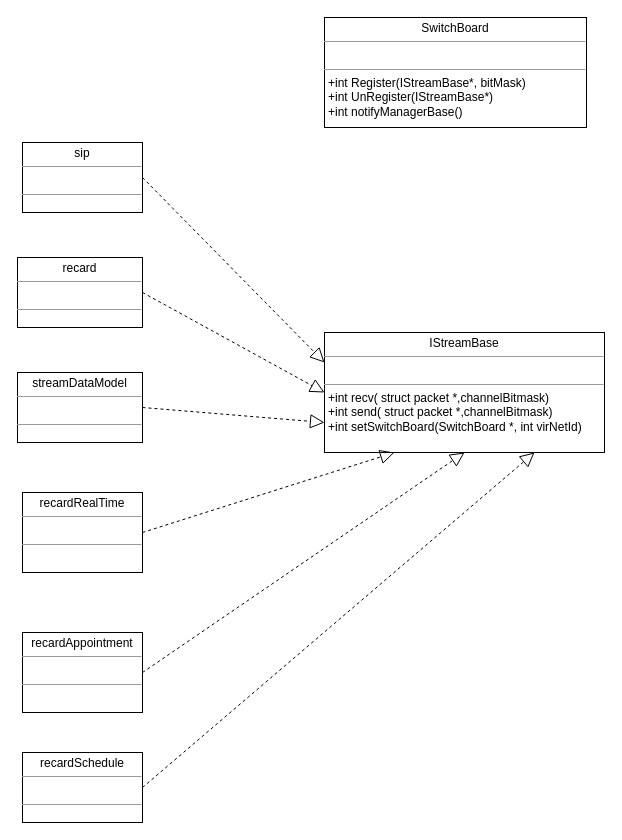
huangPeiLc/drawio keeps this draw.io diagram as 录播get.drawio. Above is the earlier version. Source tidied: cells renumbered, new cells numbered last; positions are measured from the earlier drawing's top-left corner, leaving out a move shared by most shapes. Both pictures are drawn from the tidied source at 100%, with x=0, y=0 at pixel (17, 17).
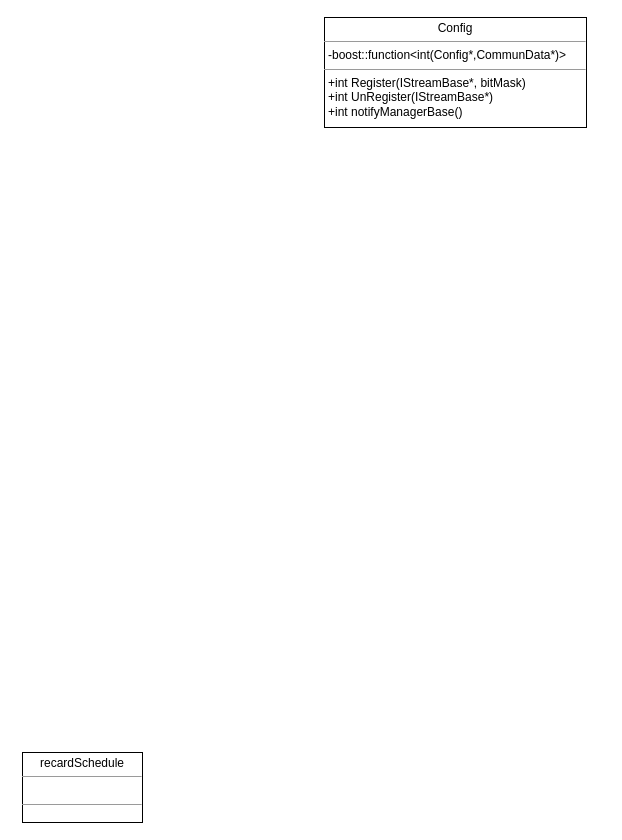
After the change.

The edit, as a diff of the source:
```diff
@@
 <mxGraphModel background="#ffffff">
   <root>
     <mxCell id="0" />
     <mxCell id="1" parent="0" />
-    <mxCell id="2" value="&lt;p style=&quot;margin: 0px ; margin-top: 4px ; text-align: center&quot;&gt;&lt;span style=&quot;text-align: left&quot;&gt;recard&lt;/span&gt;&lt;br&gt;&lt;/p&gt;&lt;hr size=&quot;1&quot;&gt;&lt;p style=&quot;margin: 0px ; margin-left: 4px&quot;&gt;&lt;br&gt;&lt;/p&gt;&lt;hr size=&quot;1&quot;&gt;&lt;p style=&quot;margin: 0px ; margin-left: 4px&quot;&gt;&lt;br&gt;&lt;/p&gt;&lt;p style=&quot;margin: 0px 0px 0px 4px&quot;&gt;&lt;br&gt;&lt;/p&gt;" style="verticalAlign=top;align=left;overflow=fill;fontSize=12;fontFamily=Helvetica;html=1;rounded=0;shadow=0;comic=0;labelBackgroundColor=none;strokeColor=#000000;strokeWidth=1;fillColor=#ffffff;" parent="1" vertex="1">
-      <mxGeometry y="240" width="125" height="70" as="geometry" />
-    </mxCell>
-    <mxCell id="3" value="&lt;p style=&quot;margin: 0px ; margin-top: 4px ; text-align: center&quot;&gt;&lt;span style=&quot;text-align: left&quot;&gt;sip&lt;/span&gt;&lt;br&gt;&lt;/p&gt;&lt;hr size=&quot;1&quot;&gt;&lt;p style=&quot;margin: 0px 0px 0px 4px&quot;&gt;&lt;br&gt;&lt;/p&gt;&lt;hr size=&quot;1&quot;&gt;&lt;p style=&quot;margin: 0px 0px 0px 4px&quot;&gt;&lt;br&gt;&lt;/p&gt;&lt;p style=&quot;margin: 0px ; margin-left: 4px&quot;&gt;&lt;br&gt;&lt;/p&gt;" style="verticalAlign=top;align=left;overflow=fill;fontSize=12;fontFamily=Helvetica;html=1;rounded=0;shadow=0;comic=0;labelBackgroundColor=none;strokeColor=#000000;strokeWidth=1;fillColor=#ffffff;" parent="1" vertex="1">
-      <mxGeometry x="5" y="125" width="120" height="70" as="geometry" />
-    </mxCell>
-    <mxCell id="4" value="&lt;p style=&quot;margin: 4px 0px 0px ; text-align: center&quot;&gt;&lt;span style=&quot;text-align: left&quot;&gt;SwitchBoard&lt;/span&gt;&lt;br&gt;&lt;/p&gt;&lt;hr size=&quot;1&quot;&gt;&lt;p style=&quot;margin: 0px ; margin-left: 4px&quot;&gt;&lt;br&gt;&lt;/p&gt;&lt;hr size=&quot;1&quot;&gt;&lt;p style=&quot;margin: 0px ; margin-left: 4px&quot;&gt;+&lt;span&gt;int Register(I&lt;/span&gt;StreamBase&lt;span&gt;*, bitMask)&lt;/span&gt;&lt;/p&gt;&lt;p style=&quot;margin: 0px 0px 0px 4px&quot;&gt;+int UnRegister(IStreamBase*)&lt;/p&gt;&lt;p style=&quot;margin: 0px 0px 0px 4px&quot;&gt;+int notifyManagerBase()&lt;/p&gt;&lt;p style=&quot;margin: 0px ; margin-left: 4px&quot;&gt;&lt;br&gt;&lt;/p&gt;" style="verticalAlign=top;align=left;overflow=fill;fontSize=12;fontFamily=Helvetica;html=1;rounded=0;shadow=0;comic=0;labelBackgroundColor=none;strokeColor=#000000;strokeWidth=1;fillColor=#ffffff;" parent="1" vertex="1">
+    <mxCell id="4" value="&lt;p style=&quot;margin: 4px 0px 0px ; text-align: center&quot;&gt;&lt;span style=&quot;text-align: left&quot;&gt;Config&lt;/span&gt;&lt;br&gt;&lt;/p&gt;&lt;hr size=&quot;1&quot;&gt;&lt;p style=&quot;margin: 0px ; margin-left: 4px&quot;&gt;-boost::function&amp;lt;int(Config*,CommunData*)&amp;gt;&lt;/p&gt;&lt;hr size=&quot;1&quot;&gt;&lt;p style=&quot;margin: 0px ; margin-left: 4px&quot;&gt;+&lt;span&gt;int Register(I&lt;/span&gt;StreamBase&lt;span&gt;*, bitMask)&lt;/span&gt;&lt;/p&gt;&lt;p style=&quot;margin: 0px 0px 0px 4px&quot;&gt;+int UnRegister(IStreamBase*)&lt;/p&gt;&lt;p style=&quot;margin: 0px 0px 0px 4px&quot;&gt;+int notifyManagerBase()&lt;/p&gt;&lt;p style=&quot;margin: 0px ; margin-left: 4px&quot;&gt;&lt;br&gt;&lt;/p&gt;" style="verticalAlign=top;align=left;overflow=fill;fontSize=12;fontFamily=Helvetica;html=1;rounded=0;shadow=0;comic=0;labelBackgroundColor=none;strokeColor=#000000;strokeWidth=1;fillColor=#ffffff;" parent="1" vertex="1">
       <mxGeometry x="307" width="262" height="110" as="geometry" />
     </mxCell>
-    <mxCell id="5" value="&lt;p style=&quot;margin: 0px ; margin-top: 4px ; text-align: center&quot;&gt;&lt;span style=&quot;text-align: left&quot;&gt;recardRealTime&lt;/span&gt;&lt;br&gt;&lt;/p&gt;&lt;hr size=&quot;1&quot;&gt;&lt;p style=&quot;margin: 0px ; margin-left: 4px&quot;&gt;&lt;br&gt;&lt;/p&gt;&lt;hr size=&quot;1&quot;&gt;&lt;p style=&quot;margin: 0px ; margin-left: 4px&quot;&gt;&lt;br&gt;&lt;/p&gt;&lt;p style=&quot;margin: 0px 0px 0px 4px&quot;&gt;&lt;br&gt;&lt;/p&gt;" style="verticalAlign=top;align=left;overflow=fill;fontSize=12;fontFamily=Helvetica;html=1;rounded=0;shadow=0;comic=0;labelBackgroundColor=none;strokeColor=#000000;strokeWidth=1;fillColor=#ffffff;" parent="1" vertex="1">
-      <mxGeometry x="5" y="475" width="120" height="80" as="geometry" />
-    </mxCell>
-    <mxCell id="6" value="&lt;p style=&quot;margin: 0px ; margin-top: 4px ; text-align: center&quot;&gt;&lt;span style=&quot;text-align: left&quot;&gt;recardAppointment&lt;/span&gt;&lt;br&gt;&lt;/p&gt;&lt;hr size=&quot;1&quot;&gt;&lt;p style=&quot;margin: 0px ; margin-left: 4px&quot;&gt;&lt;br&gt;&lt;/p&gt;&lt;hr size=&quot;1&quot;&gt;&lt;p style=&quot;margin: 0px ; margin-left: 4px&quot;&gt;&lt;br&gt;&lt;/p&gt;&lt;p style=&quot;margin: 0px 0px 0px 4px&quot;&gt;&lt;br&gt;&lt;/p&gt;" style="verticalAlign=top;align=left;overflow=fill;fontSize=12;fontFamily=Helvetica;html=1;rounded=0;shadow=0;comic=0;labelBackgroundColor=none;strokeColor=#000000;strokeWidth=1;fillColor=#ffffff;" parent="1" vertex="1">
-      <mxGeometry x="5" y="615" width="120" height="80" as="geometry" />
-    </mxCell>
     <mxCell id="7" value="&lt;p style=&quot;margin: 0px ; margin-top: 4px ; text-align: center&quot;&gt;&lt;span style=&quot;text-align: left&quot;&gt;recardSchedule&lt;/span&gt;&lt;br&gt;&lt;/p&gt;&lt;hr size=&quot;1&quot;&gt;&lt;p style=&quot;margin: 0px ; margin-left: 4px&quot;&gt;&lt;br&gt;&lt;/p&gt;&lt;hr size=&quot;1&quot;&gt;&lt;p style=&quot;margin: 0px ; margin-left: 4px&quot;&gt;&lt;br&gt;&lt;/p&gt;&lt;p style=&quot;margin: 0px 0px 0px 4px&quot;&gt;&lt;br&gt;&lt;/p&gt;" style="verticalAlign=top;align=left;overflow=fill;fontSize=12;fontFamily=Helvetica;html=1;rounded=0;shadow=0;comic=0;labelBackgroundColor=none;strokeColor=#000000;strokeWidth=1;fillColor=#ffffff;" parent="1" vertex="1">
       <mxGeometry x="5" y="735" width="120" height="70" as="geometry" />
     </mxCell>
-    <mxCell id="8" value="&lt;p style=&quot;margin: 0px ; margin-top: 4px ; text-align: center&quot;&gt;&lt;span style=&quot;text-align: left&quot;&gt;IStreamBase&lt;/span&gt;&lt;br&gt;&lt;/p&gt;&lt;hr size=&quot;1&quot;&gt;&lt;p style=&quot;margin: 0px ; margin-left: 4px&quot;&gt;&lt;br&gt;&lt;/p&gt;&lt;hr size=&quot;1&quot;&gt;&lt;p style=&quot;margin: 0px ; margin-left: 4px&quot;&gt;+&lt;span&gt;int recv( struct packet *,channelBitmask)&lt;/span&gt;&lt;/p&gt;&lt;p style=&quot;margin: 0px ; margin-left: 4px&quot;&gt;+int send( struct packet *,channelBitmask)&lt;br&gt;&lt;/p&gt;&lt;p style=&quot;margin: 0px ; margin-left: 4px&quot;&gt;+int setSwitchBoard(SwitchBoard&amp;nbsp;*, int virNetId)&lt;br&gt;&lt;/p&gt;" style="verticalAlign=top;align=left;overflow=fill;fontSize=12;fontFamily=Helvetica;html=1;rounded=0;shadow=0;comic=0;labelBackgroundColor=none;strokeColor=#000000;strokeWidth=1;fillColor=#ffffff;" parent="1" vertex="1">
-      <mxGeometry x="307" y="315" width="280" height="120" as="geometry" />
-    </mxCell>
-    <mxCell id="9" style="endArrow=block;dashed=1;endFill=0;endSize=12;html=1;exitX=1;exitY=0.5;exitDx=0;exitDy=0;entryX=0;entryY=0.25;entryDx=0;entryDy=0;" parent="1" edge="1" source="3" target="8">
-      <mxGeometry relative="1" as="geometry" />
-    </mxCell>
-    <mxCell id="10" style="endArrow=block;dashed=1;endFill=0;endSize=12;html=1;exitX=1;exitY=0.5;exitDx=0;exitDy=0;entryX=0;entryY=0.5;entryDx=0;entryDy=0;" parent="1" edge="1" source="2" target="8">
-      <mxGeometry relative="1" as="geometry" />
-    </mxCell>
-    <mxCell id="11" value="&lt;p style=&quot;margin: 0px ; margin-top: 4px ; text-align: center&quot;&gt;&lt;span style=&quot;text-align: left&quot;&gt;streamDataModel&lt;/span&gt;&lt;br&gt;&lt;/p&gt;&lt;hr size=&quot;1&quot;&gt;&lt;p style=&quot;margin: 0px ; margin-left: 4px&quot;&gt;&lt;br&gt;&lt;/p&gt;&lt;hr size=&quot;1&quot;&gt;&lt;p style=&quot;margin: 0px ; margin-left: 4px&quot;&gt;&lt;br&gt;&lt;/p&gt;" style="verticalAlign=top;align=left;overflow=fill;fontSize=12;fontFamily=Helvetica;html=1;rounded=0;shadow=0;comic=0;labelBackgroundColor=none;strokeColor=#000000;strokeWidth=1;fillColor=#ffffff;" parent="1" vertex="1">
-      <mxGeometry y="355" width="125" height="70" as="geometry" />
-    </mxCell>
-    <mxCell id="12" style="endArrow=block;dashed=1;endFill=0;endSize=12;html=1;exitX=1;exitY=0.5;exitDx=0;exitDy=0;entryX=0;entryY=0.75;entryDx=0;entryDy=0;" parent="1" edge="1" source="11" target="8">
-      <mxGeometry relative="1" as="geometry" />
-    </mxCell>
-    <mxCell id="13" style="endArrow=block;dashed=1;endFill=0;endSize=12;html=1;exitX=1;exitY=0.5;exitDx=0;exitDy=0;entryX=0.25;entryY=1;entryDx=0;entryDy=0;" parent="1" edge="1" source="5" target="8">
-      <mxGeometry relative="1" as="geometry" />
-    </mxCell>
-    <mxCell id="14" style="endArrow=block;dashed=1;endFill=0;endSize=12;html=1;exitX=1;exitY=0.5;exitDx=0;exitDy=0;entryX=0.5;entryY=1;entryDx=0;entryDy=0;" parent="1" edge="1" source="6" target="8">
-      <mxGeometry relative="1" as="geometry" />
-    </mxCell>
-    <mxCell id="15" style="endArrow=block;dashed=1;endFill=0;endSize=12;html=1;exitX=1;exitY=0.5;exitDx=0;exitDy=0;entryX=0.75;entryY=1;entryDx=0;entryDy=0;" parent="1" edge="1" source="7" target="8">
-      <mxGeometry relative="1" as="geometry" />
-    </mxCell>
   </root>
 </mxGraphModel>
```
